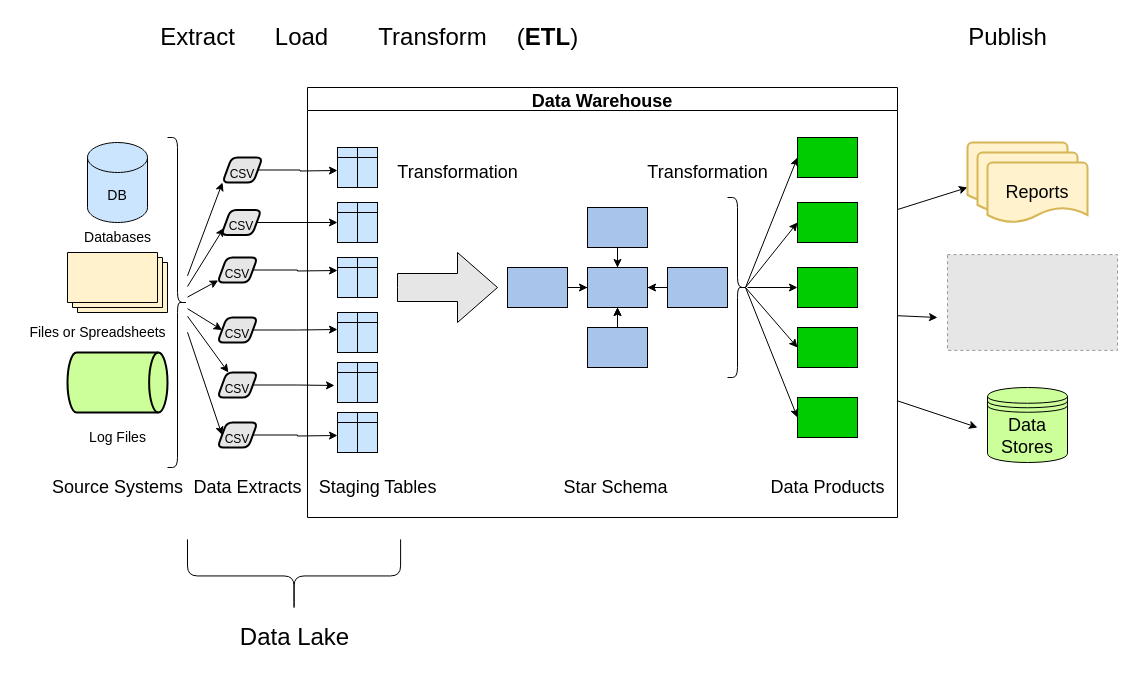
chipzx92/DataEngineeringI320 keeps this draw.io diagram as docs/presentations/data_products/images/ExtractLoadTransform.drawio. Above is the earlier version. Source tidied: cells renumbered, new cells numbered last; positions are measured from the earlier drawing's top-left corner, leaving out a move shared by most shapes. Both pictures are drawn from the tidied source at 100%, with x=0, y=0 at pixel (17, 17). Pictures stored in the file or linked from it are replaced by grey dashed boxes.
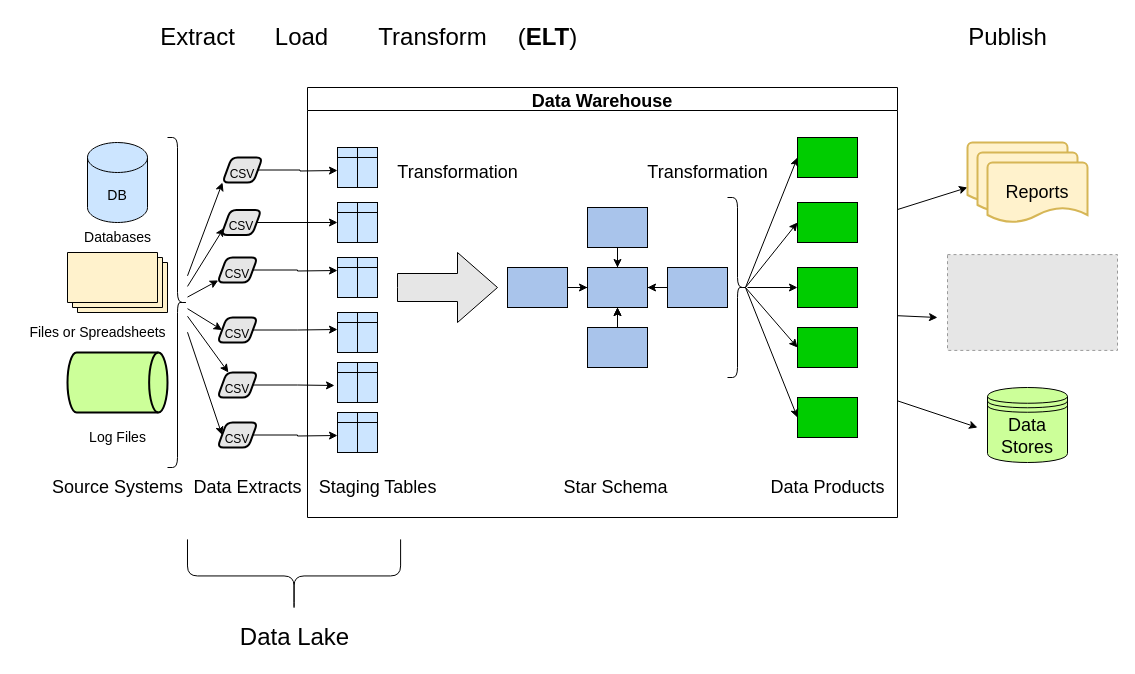
Above is the later version.

Diff of the diagram source:
```diff
@@
-    <mxCell id="64" value="&lt;font style=&quot;font-size: 24px;&quot;&gt;(&lt;font style=&quot;&quot;&gt;&lt;b&gt;ETL&lt;/b&gt;&lt;/font&gt;)&lt;/font&gt;" style="text;html=1;align=center;verticalAlign=middle;strokeColor=none;fillColor=none;" parent="1" vertex="1">
+    <mxCell id="64" value="&lt;font style=&quot;font-size: 24px;&quot;&gt;(&lt;font style=&quot;&quot;&gt;&lt;b&gt;ELT&lt;/b&gt;&lt;/font&gt;)&lt;/font&gt;" style="text;html=1;align=center;verticalAlign=middle;strokeColor=none;fillColor=none;" parent="1" vertex="1">
       <mxGeometry x="490" width="80" height="40" as="geometry" />
     </mxCell>
```
